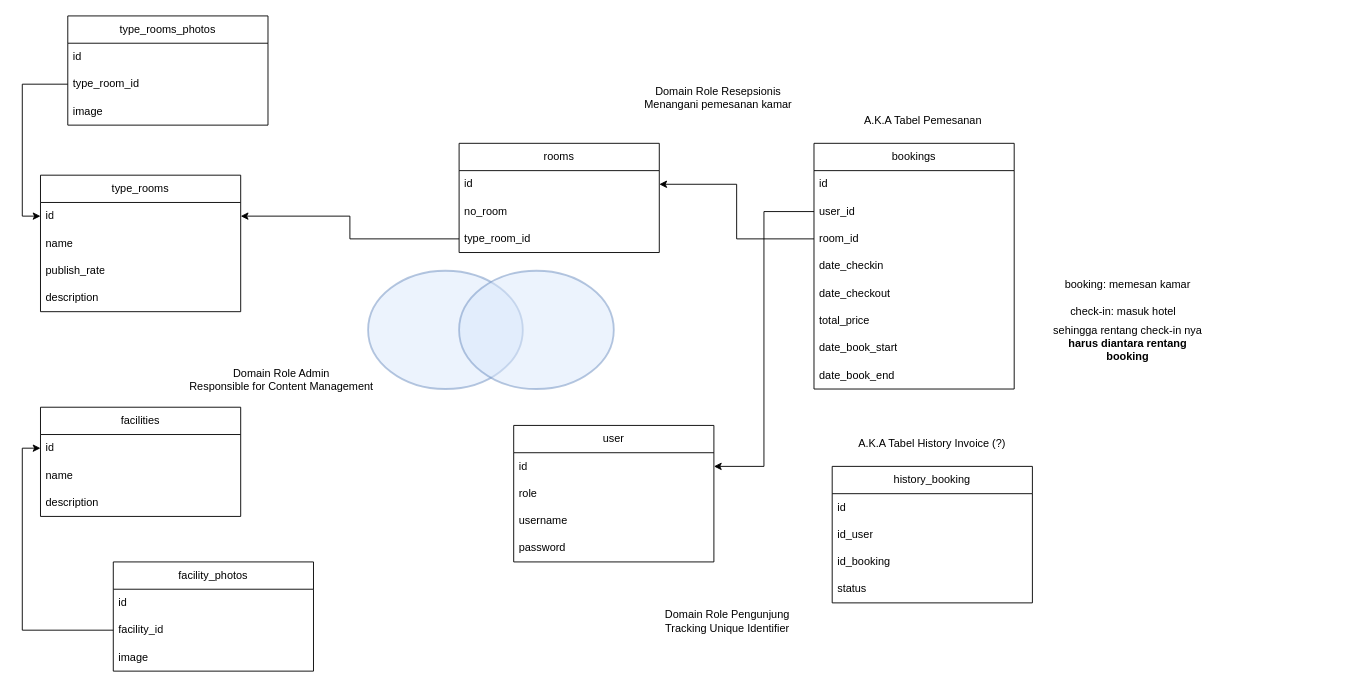
The draw.io diagram ERD.drawio in ahmadxgani/oishi_hotel, before the edit. Source tidied: cells renumbered, new cells numbered last; positions are measured from the earlier drawing's top-left corner, leaving out a move shared by most shapes. Both pictures are drawn from the tidied source at 91%, with x=0, y=0 at pixel (40, 15).
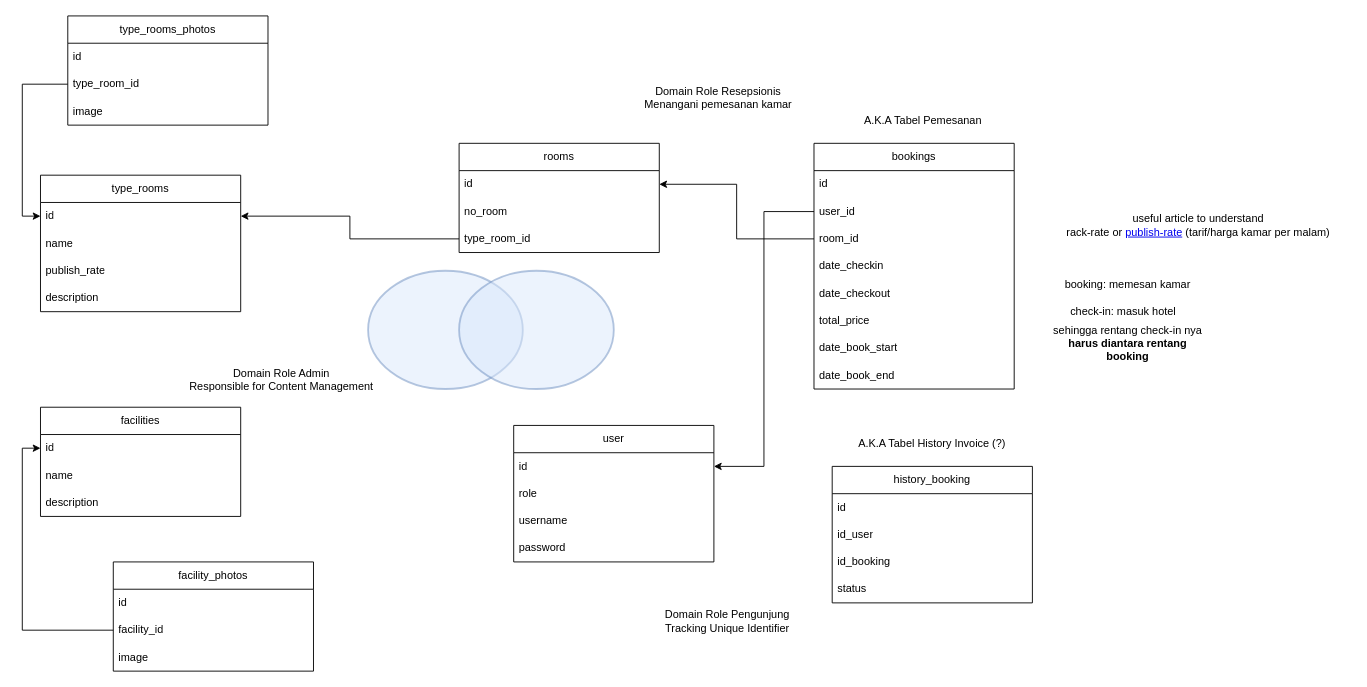
The same diagram, later.

Commit message:
update ERD diagram

The edit, as a diff of the source:
```diff
@@
+    <mxCell id="58" value="useful article to understand&lt;br&gt;rack-rate or&amp;nbsp;&lt;a href=&quot;https://community.withairbnb.com/t5/Community-Cafe/Inquiries-vs-booking-rates/td-p/1473329&quot;&gt;publish-rate&lt;/a&gt;&amp;nbsp;(tarif/harga kamar per malam)" style="text;html=1;strokeColor=none;fillColor=none;align=center;verticalAlign=middle;whiteSpace=wrap;rounded=0;" parent="1" vertex="1">
+      <mxGeometry x="1105" y="210" width="335" height="40" as="geometry" />
+    </mxCell>
```
